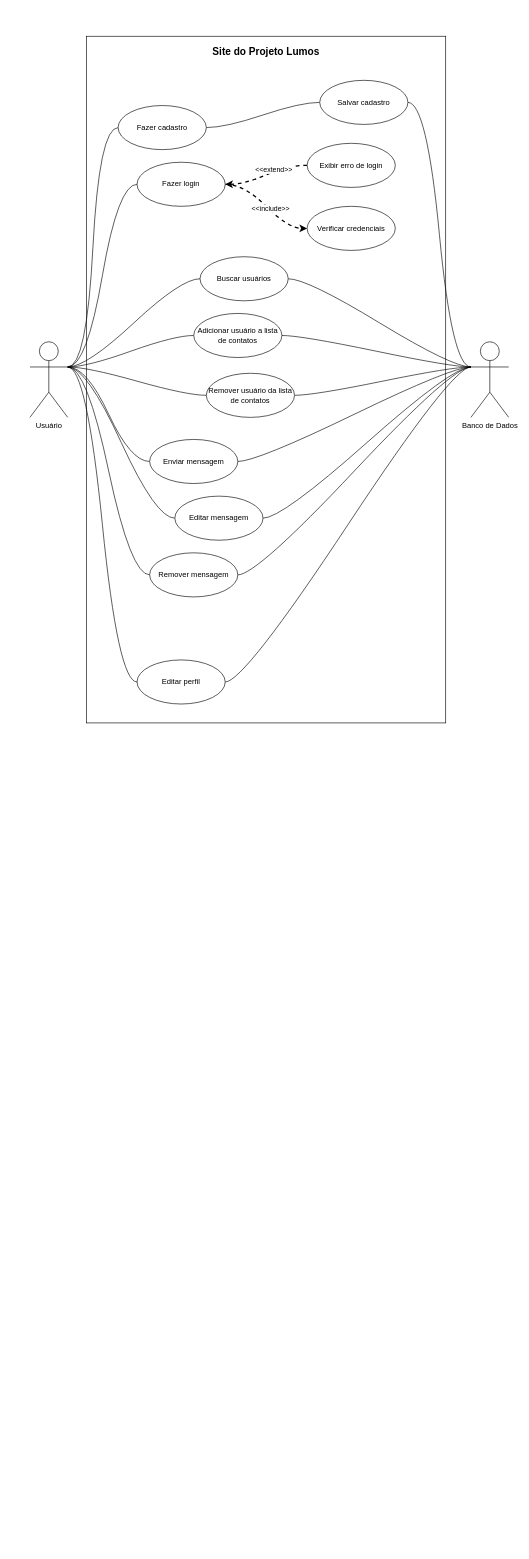
Earlier version of the draw.io diagram page "Diagrama de Casos de Uso" (3 of 4) of _documentação/diagramas.drawio (DHDC-21/Project-Lumos). Source tidied: cells renumbered, new cells numbered last; positions are measured from the earlier drawing's top-left corner, leaving out a move shared by most shapes. Both pictures are drawn from the tidied source at 63%, with x=0, y=0 at pixel (30, 36).
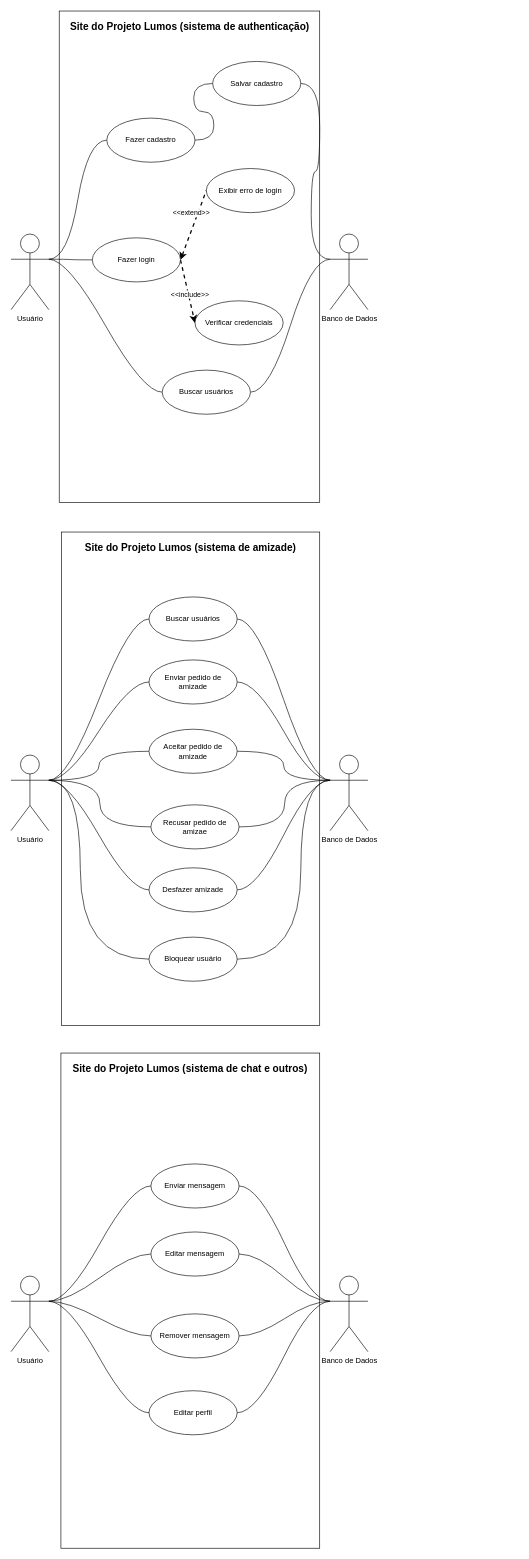
Above is the later version.

The edit, as a diff of the source:
```diff
@@
-    <mxCell id="2" value="&lt;h1 style=&quot;font-size: 16px;&quot;&gt;Site do Projeto Lumos&lt;/h1&gt;" style="rounded=0;whiteSpace=wrap;html=1;verticalAlign=top;spacing=0;fontSize=16;" parent="1" vertex="1">
-      <mxGeometry x="90" width="570" height="1090" as="geometry" />
+    <mxCell id="2" value="&lt;h1 style=&quot;font-size: 16px;&quot;&gt;Site do Projeto Lumos (sistema de authenticação)&lt;/h1&gt;" style="rounded=0;whiteSpace=wrap;html=1;verticalAlign=top;spacing=0;fontSize=16;" parent="1" vertex="1">
+      <mxGeometry x="46.5" y="-40" width="413.5" height="780" as="geometry" />
     </mxCell>
@@
-    <mxCell id="6" style="edgeStyle=entityRelationEdgeStyle;html=1;exitX=1;exitY=0.3333333333333333;exitDx=0;exitDy=0;exitPerimeter=0;entryX=0;entryY=0.5;entryDx=0;entryDy=0;endArrow=none;endFill=0;curved=1;" parent="1" edge="1" source="12" target="28">
-      <mxGeometry relative="1" as="geometry" />
-    </mxCell>
-    <mxCell id="7" style="edgeStyle=entityRelationEdgeStyle;html=1;exitX=1;exitY=0.3333333333333333;exitDx=0;exitDy=0;exitPerimeter=0;entryX=0;entryY=0.5;entryDx=0;entryDy=0;endArrow=none;endFill=0;curved=1;" parent="1" edge="1" source="12" target="30">
-      <mxGeometry relative="1" as="geometry" />
-    </mxCell>
-    <mxCell id="8" style="edgeStyle=entityRelationEdgeStyle;html=1;exitX=1;exitY=0.3333333333333333;exitDx=0;exitDy=0;exitPerimeter=0;entryX=0;entryY=0.5;entryDx=0;entryDy=0;endArrow=none;endFill=0;curved=1;" parent="1" edge="1" source="12" target="32">
-      <mxGeometry relative="1" as="geometry" />
-    </mxCell>
-    <mxCell id="9" style="edgeStyle=entityRelationEdgeStyle;html=1;exitX=1;exitY=0.3333333333333333;exitDx=0;exitDy=0;exitPerimeter=0;entryX=0;entryY=0.5;entryDx=0;entryDy=0;endArrow=none;endFill=0;curved=1;" parent="1" edge="1" source="12" target="34">
-      <mxGeometry relative="1" as="geometry" />
-    </mxCell>
-    <mxCell id="10" style="edgeStyle=entityRelationEdgeStyle;html=1;exitX=1;exitY=0.3333333333333333;exitDx=0;exitDy=0;exitPerimeter=0;entryX=0;entryY=0.5;entryDx=0;entryDy=0;endArrow=none;endFill=0;curved=1;" parent="1" edge="1" source="12" target="36">
-      <mxGeometry relative="1" as="geometry" />
-    </mxCell>
-    <mxCell id="11" style="edgeStyle=entityRelationEdgeStyle;html=1;exitX=1;exitY=0.3333333333333333;exitDx=0;exitDy=0;exitPerimeter=0;entryX=0;entryY=0.5;entryDx=0;entryDy=0;endArrow=none;endFill=0;curved=1;" parent="1" edge="1" source="12" target="38">
-      <mxGeometry relative="1" as="geometry" />
-    </mxCell>
     <mxCell id="12" value="Usuário" style="shape=umlActor;verticalLabelPosition=bottom;verticalAlign=top;html=1;" parent="1" vertex="1">
-      <mxGeometry y="485" width="60" height="120" as="geometry" />
+      <mxGeometry x="-30" y="314" width="60" height="120" as="geometry" />
     </mxCell>
-    <mxCell id="13" style="jettySize=auto;html=1;exitX=1;exitY=0.5;exitDx=0;exitDy=0;entryX=0;entryY=0.5;entryDx=0;entryDy=0;endArrow=none;endFill=0;startArrow=classic;startFill=1;dashed=1;strokeWidth=2;edgeStyle=entityRelationEdgeStyle;curved=1;" parent="1" edge="1" source="17" target="23">
+    <mxCell id="13" style="jettySize=auto;html=1;exitX=1;exitY=0.5;exitDx=0;exitDy=0;entryX=0;entryY=0.5;entryDx=0;entryDy=0;endArrow=none;endFill=0;startArrow=classic;startFill=1;dashed=1;strokeWidth=2;" parent="1" edge="1" source="17" target="23">
       <mxGeometry relative="1" as="geometry" />
     </mxCell>
@@
-    <mxCell id="15" style="jettySize=auto;html=1;exitX=1;exitY=0.5;exitDx=0;exitDy=0;entryX=0;entryY=0.5;entryDx=0;entryDy=0;strokeWidth=2;dashed=1;edgeStyle=entityRelationEdgeStyle;curved=1;" parent="1" edge="1" source="17" target="24">
+    <mxCell id="15" style="jettySize=auto;html=1;exitX=1;exitY=0.5;exitDx=0;exitDy=0;entryX=0;entryY=0.5;entryDx=0;entryDy=0;strokeWidth=2;dashed=1;" parent="1" edge="1" source="17" target="24">
       <mxGeometry relative="1" as="geometry" />
     </mxCell>
@@
     <mxCell id="17" value="Fazer login" style="ellipse;whiteSpace=wrap;html=1;" parent="1" vertex="1">
-      <mxGeometry x="170" y="200" width="140" height="70" as="geometry" />
+      <mxGeometry x="99" y="320" width="140" height="70" as="geometry" />
     </mxCell>
@@
     <mxCell id="19" value="Fazer cadastro" style="ellipse;whiteSpace=wrap;html=1;" parent="1" vertex="1">
-      <mxGeometry x="140" y="110" width="140" height="70" as="geometry" />
+      <mxGeometry x="122" y="130" width="140" height="70" as="geometry" />
     </mxCell>
     <mxCell id="20" value="Salvar cadastro" style="ellipse;whiteSpace=wrap;html=1;" parent="1" vertex="1">
-      <mxGeometry x="460" y="70" width="140" height="70" as="geometry" />
+      <mxGeometry x="290" y="40" width="140" height="70" as="geometry" />
     </mxCell>
     <mxCell id="21" value="Banco de Dados" style="shape=umlActor;verticalLabelPosition=bottom;verticalAlign=top;html=1;" parent="1" vertex="1">
-      <mxGeometry x="700" y="485" width="60" height="120" as="geometry" />
+      <mxGeometry x="476.5" y="314" width="60" height="120" as="geometry" />
     </mxCell>
@@
     <mxCell id="23" value="Exibir erro de login" style="ellipse;whiteSpace=wrap;html=1;" parent="1" vertex="1">
-      <mxGeometry x="440" y="170" width="140" height="70" as="geometry" />
+      <mxGeometry x="280" y="210" width="140" height="70" as="geometry" />
     </mxCell>
     <mxCell id="24" value="Verificar credenciais" style="ellipse;whiteSpace=wrap;html=1;" parent="1" vertex="1">
-      <mxGeometry x="440" y="270" width="140" height="70" as="geometry" />
+      <mxGeometry x="262" y="420" width="140" height="70" as="geometry" />
     </mxCell>
@@
     <mxCell id="26" value="Buscar usuários" style="ellipse;whiteSpace=wrap;html=1;" parent="1" vertex="1">
-      <mxGeometry x="270" y="350" width="140" height="70" as="geometry" />
+      <mxGeometry x="210" y="530" width="140" height="70" as="geometry" />
     </mxCell>
-    <mxCell id="27" style="edgeStyle=entityRelationEdgeStyle;html=1;exitX=1;exitY=0.5;exitDx=0;exitDy=0;endArrow=none;endFill=0;entryX=0;entryY=0.3333333333333333;entryDx=0;entryDy=0;entryPerimeter=0;curved=1;" parent="1" edge="1" source="28" target="21">
-      <mxGeometry relative="1" as="geometry" />
-    </mxCell>
-    <mxCell id="28" value="Adicionar usuário a lista de contatos" style="ellipse;whiteSpace=wrap;html=1;" parent="1" vertex="1">
-      <mxGeometry x="260" y="440" width="140" height="70" as="geometry" />
-    </mxCell>
-    <mxCell id="29" style="edgeStyle=entityRelationEdgeStyle;html=1;exitX=1;exitY=0.5;exitDx=0;exitDy=0;entryX=0;entryY=0.3333333333333333;entryDx=0;entryDy=0;entryPerimeter=0;endArrow=none;endFill=0;curved=1;" parent="1" edge="1" source="30" target="21">
-      <mxGeometry relative="1" as="geometry" />
-    </mxCell>
-    <mxCell id="30" value="Remover usuário da lista de contatos" style="ellipse;whiteSpace=wrap;html=1;" parent="1" vertex="1">
-      <mxGeometry x="280" y="535" width="140" height="70" as="geometry" />
-    </mxCell>
-    <mxCell id="31" style="edgeStyle=entityRelationEdgeStyle;html=1;exitX=1;exitY=0.5;exitDx=0;exitDy=0;entryX=0;entryY=0.3333333333333333;entryDx=0;entryDy=0;entryPerimeter=0;endArrow=none;endFill=0;curved=1;" parent="1" edge="1" source="32" target="21">
-      <mxGeometry relative="1" as="geometry" />
-    </mxCell>
+    <mxCell id="39" value="&lt;h1 style=&quot;font-size: 16px;&quot;&gt;Site do Projeto Lumos (sistema de amizade)&lt;/h1&gt;" style="rounded=0;whiteSpace=wrap;html=1;verticalAlign=top;spacing=0;fontSize=16;" parent="1" vertex="1">
+      <mxGeometry x="50" y="787" width="410" height="783" as="geometry" />
+    </mxCell>
+    <mxCell id="40" value="&lt;h1 style=&quot;font-size: 16px;&quot;&gt;Site do Projeto Lumos (sistema de chat e outros)&lt;/h1&gt;" style="rounded=0;whiteSpace=wrap;html=1;verticalAlign=top;spacing=0;fontSize=16;" parent="1" vertex="1">
+      <mxGeometry x="49.2" y="1614" width="410.8" height="786" as="geometry" />
+    </mxCell>
+    <mxCell id="41" style="edgeStyle=entityRelationEdgeStyle;html=1;exitX=1;exitY=0.3333333333333333;exitDx=0;exitDy=0;exitPerimeter=0;entryX=0;entryY=0.5;entryDx=0;entryDy=0;endArrow=none;endFill=0;curved=1;" parent="1" edge="1" source="47" target="50">
+      <mxGeometry relative="1" as="geometry" />
+    </mxCell>
+    <mxCell id="42" style="edgeStyle=entityRelationEdgeStyle;html=1;exitX=1;exitY=0.3333333333333333;exitDx=0;exitDy=0;exitPerimeter=0;entryX=0;entryY=0.5;entryDx=0;entryDy=0;endArrow=none;endFill=0;curved=1;" parent="1" edge="1" source="47" target="52">
+      <mxGeometry relative="1" as="geometry" />
+    </mxCell>
+    <mxCell id="43" style="edgeStyle=entityRelationEdgeStyle;html=1;exitX=1;exitY=0.3333333333333333;exitDx=0;exitDy=0;exitPerimeter=0;entryX=0;entryY=0.5;entryDx=0;entryDy=0;endArrow=none;endFill=0;curved=1;" parent="1" edge="1" source="47" target="68">
+      <mxGeometry relative="1" as="geometry" />
+    </mxCell>
+    <mxCell id="44" style="edgeStyle=orthogonalEdgeStyle;rounded=0;jettySize=auto;html=1;exitX=1;exitY=0.3333333333333333;exitDx=0;exitDy=0;exitPerimeter=0;entryX=0;entryY=0.5;entryDx=0;entryDy=0;curved=1;endArrow=none;endFill=0;" parent="1" edge="1" source="47" target="54">
+      <mxGeometry relative="1" as="geometry" />
+    </mxCell>
+    <mxCell id="45" style="edgeStyle=orthogonalEdgeStyle;rounded=0;jettySize=auto;html=1;exitX=1;exitY=0.3333333333333333;exitDx=0;exitDy=0;exitPerimeter=0;entryX=0;entryY=0.5;entryDx=0;entryDy=0;curved=1;endArrow=none;endFill=0;" parent="1" edge="1" source="47" target="55">
+      <mxGeometry relative="1" as="geometry" />
+    </mxCell>
+    <mxCell id="46" style="edgeStyle=orthogonalEdgeStyle;rounded=0;jettySize=auto;html=1;exitX=1;exitY=0.3333333333333333;exitDx=0;exitDy=0;exitPerimeter=0;entryX=0;entryY=0.5;entryDx=0;entryDy=0;endArrow=none;endFill=0;curved=1;" parent="1" edge="1" source="47" target="69">
+      <mxGeometry relative="1" as="geometry">
+        <Array as="points">
+          <mxPoint x="80" y="1181" />
+          <mxPoint x="80" y="1465" />
+        </Array>
+      </mxGeometry>
+    </mxCell>
+    <mxCell id="47" value="Usuário" style="shape=umlActor;verticalLabelPosition=bottom;verticalAlign=top;html=1;" parent="1" vertex="1">
+      <mxGeometry x="-30" y="1141" width="60" height="120" as="geometry" />
+    </mxCell>
+    <mxCell id="48" value="Banco de Dados" style="shape=umlActor;verticalLabelPosition=bottom;verticalAlign=top;html=1;" parent="1" vertex="1">
+      <mxGeometry x="476.5" y="1141" width="60" height="120" as="geometry" />
+    </mxCell>
+    <mxCell id="49" style="edgeStyle=entityRelationEdgeStyle;html=1;exitX=1;exitY=0.5;exitDx=0;exitDy=0;entryX=0;entryY=0.3333333333333333;entryDx=0;entryDy=0;entryPerimeter=0;endArrow=none;endFill=0;curved=1;" parent="1" edge="1" source="50" target="48">
+      <mxGeometry relative="1" as="geometry" />
+    </mxCell>
+    <mxCell id="50" value="Buscar usuários" style="ellipse;whiteSpace=wrap;html=1;" parent="1" vertex="1">
+      <mxGeometry x="189" y="890" width="140" height="70" as="geometry" />
+    </mxCell>
+    <mxCell id="51" style="edgeStyle=entityRelationEdgeStyle;html=1;exitX=1;exitY=0.5;exitDx=0;exitDy=0;endArrow=none;endFill=0;entryX=0;entryY=0.3333333333333333;entryDx=0;entryDy=0;entryPerimeter=0;curved=1;" parent="1" edge="1" source="52" target="48">
+      <mxGeometry relative="1" as="geometry" />
+    </mxCell>
+    <mxCell id="52" value="Enviar pedido de amizade" style="ellipse;whiteSpace=wrap;html=1;" parent="1" vertex="1">
+      <mxGeometry x="189" y="990" width="140" height="70" as="geometry" />
+    </mxCell>
+    <mxCell id="53" style="edgeStyle=entityRelationEdgeStyle;html=1;exitX=1;exitY=0.5;exitDx=0;exitDy=0;entryX=0;entryY=0.3333333333333333;entryDx=0;entryDy=0;entryPerimeter=0;endArrow=none;endFill=0;curved=1;" parent="1" edge="1" source="68" target="48">
+      <mxGeometry relative="1" as="geometry" />
+    </mxCell>
+    <mxCell id="54" value="Aceitar pedido de amizade" style="ellipse;whiteSpace=wrap;html=1;" parent="1" vertex="1">
+      <mxGeometry x="189" y="1100" width="140" height="70" as="geometry" />
+    </mxCell>
+    <mxCell id="55" value="Recusar pedido de amizae" style="ellipse;whiteSpace=wrap;html=1;" parent="1" vertex="1">
+      <mxGeometry x="192" y="1220" width="140" height="70" as="geometry" />
+    </mxCell>
+    <mxCell id="56" style="edgeStyle=entityRelationEdgeStyle;html=1;exitX=1;exitY=0.3333333333333333;exitDx=0;exitDy=0;exitPerimeter=0;entryX=0;entryY=0.5;entryDx=0;entryDy=0;endArrow=none;endFill=0;curved=1;" parent="1" edge="1" source="60" target="32">
+      <mxGeometry relative="1" as="geometry" />
+    </mxCell>
+    <mxCell id="57" style="edgeStyle=entityRelationEdgeStyle;html=1;exitX=1;exitY=0.3333333333333333;exitDx=0;exitDy=0;exitPerimeter=0;entryX=0;entryY=0.5;entryDx=0;entryDy=0;endArrow=none;endFill=0;curved=1;" parent="1" edge="1" source="60" target="34">
+      <mxGeometry relative="1" as="geometry" />
+    </mxCell>
+    <mxCell id="58" style="edgeStyle=entityRelationEdgeStyle;html=1;exitX=1;exitY=0.3333333333333333;exitDx=0;exitDy=0;exitPerimeter=0;entryX=0;entryY=0.5;entryDx=0;entryDy=0;endArrow=none;endFill=0;curved=1;" parent="1" edge="1" source="60" target="36">
+      <mxGeometry relative="1" as="geometry" />
+    </mxCell>
+    <mxCell id="59" style="edgeStyle=entityRelationEdgeStyle;html=1;exitX=1;exitY=0.3333333333333333;exitDx=0;exitDy=0;exitPerimeter=0;entryX=0;entryY=0.5;entryDx=0;entryDy=0;endArrow=none;endFill=0;curved=1;" parent="1" edge="1" source="60" target="38">
+      <mxGeometry relative="1" as="geometry" />
+    </mxCell>
+    <mxCell id="60" value="Usuário" style="shape=umlActor;verticalLabelPosition=bottom;verticalAlign=top;html=1;" parent="1" vertex="1">
+      <mxGeometry x="-30" y="1968" width="60" height="120" as="geometry" />
+    </mxCell>
+    <mxCell id="61" value="Banco de Dados" style="shape=umlActor;verticalLabelPosition=bottom;verticalAlign=top;html=1;" parent="1" vertex="1">
+      <mxGeometry x="476.5" y="1968" width="60" height="120" as="geometry" />
+    </mxCell>
+    <mxCell id="62" style="edgeStyle=entityRelationEdgeStyle;html=1;exitX=1;exitY=0.5;exitDx=0;exitDy=0;entryX=0;entryY=0.3333333333333333;entryDx=0;entryDy=0;entryPerimeter=0;endArrow=none;endFill=0;curved=1;" parent="1" edge="1" source="32" target="61">
+      <mxGeometry relative="1" as="geometry" />
+    </mxCell>
     <mxCell id="32" value="Editar perfil" style="ellipse;whiteSpace=wrap;html=1;" parent="1" vertex="1">
-      <mxGeometry x="170" y="990" width="140" height="70" as="geometry" />
+      <mxGeometry x="189" y="2150" width="140" height="70" as="geometry" />
     </mxCell>
-    <mxCell id="33" style="edgeStyle=entityRelationEdgeStyle;html=1;exitX=1;exitY=0.5;exitDx=0;exitDy=0;entryX=0;entryY=0.3333333333333333;entryDx=0;entryDy=0;entryPerimeter=0;endArrow=none;endFill=0;curved=1;" parent="1" edge="1" source="34" target="21">
-      <mxGeometry relative="1" as="geometry" />
-    </mxCell>
+    <mxCell id="63" style="edgeStyle=entityRelationEdgeStyle;html=1;exitX=1;exitY=0.5;exitDx=0;exitDy=0;entryX=0;entryY=0.3333333333333333;entryDx=0;entryDy=0;entryPerimeter=0;endArrow=none;endFill=0;curved=1;" parent="1" edge="1" source="34" target="61">
+      <mxGeometry relative="1" as="geometry" />
+    </mxCell>
     <mxCell id="34" value="Enviar mensagem" style="ellipse;whiteSpace=wrap;html=1;" parent="1" vertex="1">
-      <mxGeometry x="190" y="640" width="140" height="70" as="geometry" />
+      <mxGeometry x="192" y="1790" width="140" height="70" as="geometry" />
     </mxCell>
-    <mxCell id="35" style="edgeStyle=entityRelationEdgeStyle;html=1;exitX=1;exitY=0.5;exitDx=0;exitDy=0;entryX=0;entryY=0.3333333333333333;entryDx=0;entryDy=0;entryPerimeter=0;endArrow=none;endFill=0;curved=1;" parent="1" edge="1" source="36" target="21">
-      <mxGeometry relative="1" as="geometry" />
-    </mxCell>
+    <mxCell id="64" style="edgeStyle=entityRelationEdgeStyle;html=1;exitX=1;exitY=0.5;exitDx=0;exitDy=0;entryX=0;entryY=0.3333333333333333;entryDx=0;entryDy=0;entryPerimeter=0;endArrow=none;endFill=0;curved=1;" parent="1" edge="1" source="36" target="61">
+      <mxGeometry relative="1" as="geometry" />
+    </mxCell>
     <mxCell id="36" value="Editar mensagem" style="ellipse;whiteSpace=wrap;html=1;" parent="1" vertex="1">
-      <mxGeometry x="230" y="730" width="140" height="70" as="geometry" />
+      <mxGeometry x="192" y="1898" width="140" height="70" as="geometry" />
     </mxCell>
-    <mxCell id="37" style="edgeStyle=entityRelationEdgeStyle;html=1;exitX=1;exitY=0.5;exitDx=0;exitDy=0;entryX=0;entryY=0.3333333333333333;entryDx=0;entryDy=0;entryPerimeter=0;endArrow=none;endFill=0;curved=1;" parent="1" edge="1" source="38" target="21">
-      <mxGeometry relative="1" as="geometry" />
-    </mxCell>
+    <mxCell id="65" style="edgeStyle=entityRelationEdgeStyle;html=1;exitX=1;exitY=0.5;exitDx=0;exitDy=0;entryX=0;entryY=0.3333333333333333;entryDx=0;entryDy=0;entryPerimeter=0;endArrow=none;endFill=0;curved=1;" parent="1" edge="1" source="38" target="61">
+      <mxGeometry relative="1" as="geometry" />
+    </mxCell>
     <mxCell id="38" value="Remover mensagem" style="ellipse;whiteSpace=wrap;html=1;" parent="1" vertex="1">
-      <mxGeometry x="190" y="820" width="140" height="70" as="geometry" />
+      <mxGeometry x="192" y="2028" width="140" height="70" as="geometry" />
     </mxCell>
+    <mxCell id="66" style="edgeStyle=orthogonalEdgeStyle;rounded=0;jettySize=auto;html=1;exitX=1;exitY=0.5;exitDx=0;exitDy=0;entryX=0;entryY=0.3333333333333333;entryDx=0;entryDy=0;entryPerimeter=0;curved=1;endArrow=none;endFill=0;" parent="1" edge="1" source="54" target="48">
+      <mxGeometry relative="1" as="geometry" />
+    </mxCell>
+    <mxCell id="67" style="edgeStyle=orthogonalEdgeStyle;rounded=0;jettySize=auto;html=1;exitX=1;exitY=0.5;exitDx=0;exitDy=0;entryX=0;entryY=0.3333333333333333;entryDx=0;entryDy=0;entryPerimeter=0;endArrow=none;endFill=0;curved=1;" parent="1" edge="1" source="55" target="48">
+      <mxGeometry relative="1" as="geometry" />
+    </mxCell>
+    <mxCell id="68" value="Desfazer amizade" style="ellipse;whiteSpace=wrap;html=1;" parent="1" vertex="1">
+      <mxGeometry x="189" y="1320" width="140" height="70" as="geometry" />
+    </mxCell>
+    <mxCell id="69" value="Bloquear usuário" style="ellipse;whiteSpace=wrap;html=1;" parent="1" vertex="1">
+      <mxGeometry x="189" y="1430" width="140" height="70" as="geometry" />
+    </mxCell>
+    <mxCell id="70" style="edgeStyle=orthogonalEdgeStyle;rounded=0;jettySize=auto;html=1;exitX=1;exitY=0.5;exitDx=0;exitDy=0;entryX=0;entryY=0.3333333333333333;entryDx=0;entryDy=0;entryPerimeter=0;curved=1;endArrow=none;endFill=0;" parent="1" edge="1" source="69" target="48">
+      <mxGeometry relative="1" as="geometry">
+        <Array as="points">
+          <mxPoint x="430" y="1465" />
+          <mxPoint x="430" y="1181" />
+        </Array>
+      </mxGeometry>
+    </mxCell>
```
